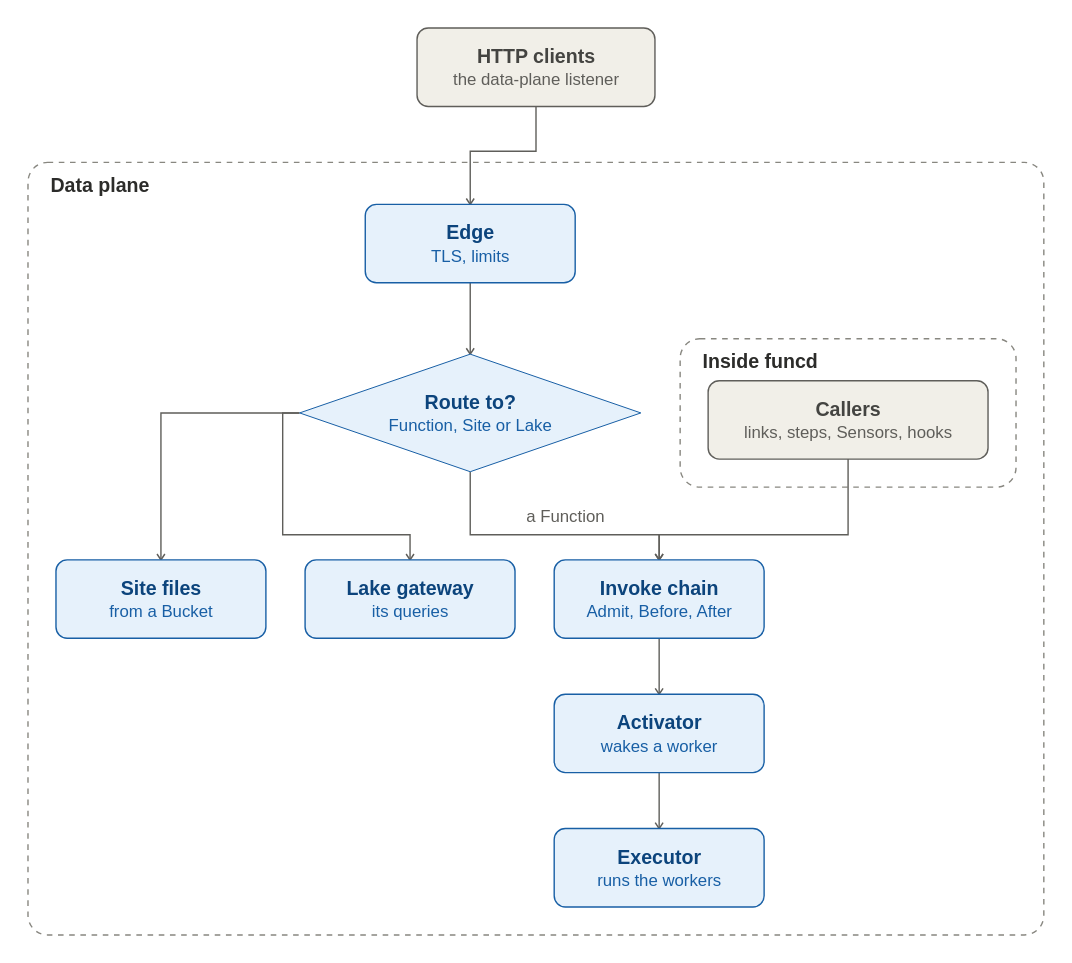
pyvvo/funcd keeps this draw.io diagram as docs/guide/assets/data-plane.drawio.svg. Above is the earlier version. Source tidied: cells renumbered, new cells last; positions are measured from the earlier drawing's top-left corner, leaving out a move shared by most shapes.
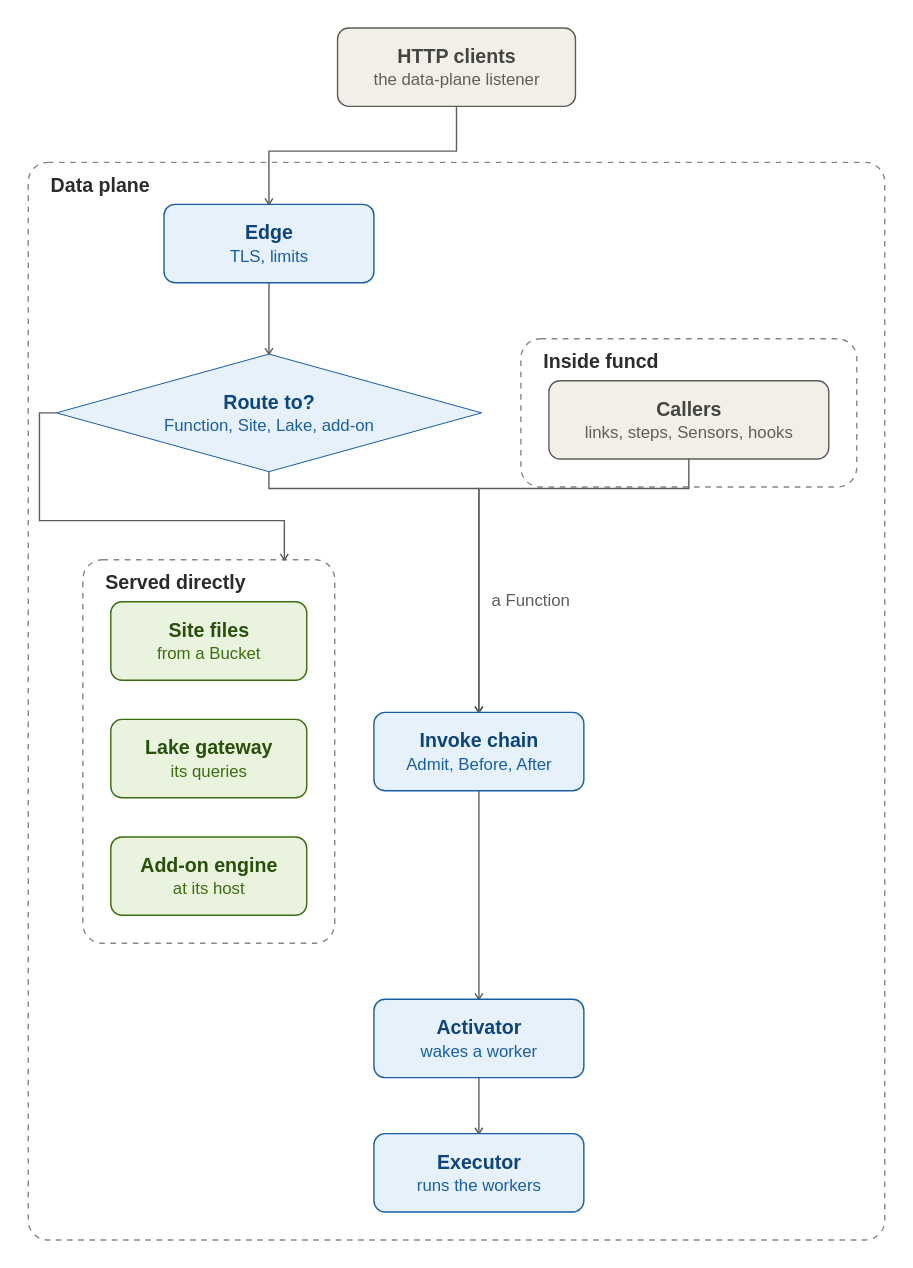
The same file after the commit.

Commit message:
docs(guide): the architecture pages show the add-on engines and the capture of every engine's output

What changed in the source:
```diff
@@ -3,43 +3,49 @@
     <mxCell id="0" />
     <mxCell id="1" parent="0" />
     <mxCell id="2" value="&lt;b&gt;HTTP clients&lt;/b&gt;&lt;br&gt;&lt;font style=&quot;font-size:12px&quot; color=&quot;#5F5E5A&quot;&gt;the data-plane listener&lt;/font&gt;" style="rounded=1;absoluteArcSize=1;arcSize=16;whiteSpace=wrap;html=1;fillColor=#F1EFE8;strokeColor=#5F5E5A;fontColor=#444441;fontSize=14;" parent="1" vertex="1">
-      <mxGeometry x="278" width="170" height="56" as="geometry" />
+      <mxGeometry x="221" width="170" height="56" as="geometry" />
     </mxCell>
     <mxCell id="3" value="Data plane" style="rounded=1;absoluteArcSize=1;arcSize=28;dashed=1;fillColor=none;strokeColor=#888780;fontStyle=1;fontSize=14;fontColor=#2C2C2A;align=left;verticalAlign=top;spacingLeft=10;spacingTop=2;html=1;" parent="1" vertex="1">
-      <mxGeometry y="96" width="725.9" height="552" as="geometry" />
+      <mxGeometry y="96" width="612" height="770" as="geometry" />
     </mxCell>
     <mxCell id="4" value="&lt;b&gt;Edge&lt;/b&gt;&lt;br&gt;&lt;font style=&quot;font-size:12px&quot; color=&quot;#185FA5&quot;&gt;TLS, limits&lt;/font&gt;" style="rounded=1;absoluteArcSize=1;arcSize=16;whiteSpace=wrap;html=1;fillColor=#E6F1FB;strokeColor=#185FA5;fontColor=#0C447C;fontSize=14;" parent="3" vertex="1">
-      <mxGeometry x="241" y="30" width="150" height="56" as="geometry" />
+      <mxGeometry x="97" y="30" width="150" height="56" as="geometry" />
     </mxCell>
-    <mxCell id="5" value="&lt;b&gt;Route to?&lt;/b&gt;&lt;br&gt;&lt;font style=&quot;font-size:12px&quot; color=&quot;#185FA5&quot;&gt;Function, Site or Lake&lt;/font&gt;" style="rhombus;whiteSpace=wrap;html=1;fillColor=#E6F1FB;strokeColor=#185FA5;fontColor=#0C447C;fontSize=14;" parent="3" vertex="1">
-      <mxGeometry x="194" y="137" width="244" height="84" as="geometry" />
+    <mxCell id="5" value="&lt;b&gt;Route to?&lt;/b&gt;&lt;br&gt;&lt;font style=&quot;font-size:12px&quot; color=&quot;#185FA5&quot;&gt;Function, Site, Lake, add-on&lt;/font&gt;" style="rhombus;whiteSpace=wrap;html=1;fillColor=#E6F1FB;strokeColor=#185FA5;fontColor=#0C447C;fontSize=14;" parent="3" vertex="1">
+      <mxGeometry x="20" y="137" width="304" height="84" as="geometry" />
     </mxCell>
     <mxCell id="6" value="Inside funcd" style="rounded=1;absoluteArcSize=1;arcSize=28;dashed=1;fillColor=none;strokeColor=#888780;fontStyle=1;fontSize=14;fontColor=#2C2C2A;align=left;verticalAlign=top;spacingLeft=10;spacingTop=2;html=1;" parent="3" vertex="1">
-      <mxGeometry x="466" y="126" width="240" height="106" as="geometry" />
+      <mxGeometry x="352" y="126" width="240" height="106" as="geometry" />
     </mxCell>
     <mxCell id="7" value="&lt;b&gt;Callers&lt;/b&gt;&lt;br&gt;&lt;font style=&quot;font-size:12px&quot; color=&quot;#5F5E5A&quot;&gt;links, steps, Sensors, hooks&lt;/font&gt;" style="rounded=1;absoluteArcSize=1;arcSize=16;whiteSpace=wrap;html=1;fillColor=#F1EFE8;strokeColor=#5F5E5A;fontColor=#444441;fontSize=14;" parent="6" vertex="1">
       <mxGeometry x="20" y="30" width="200" height="56" as="geometry" />
     </mxCell>
     <mxCell id="8" value="&lt;b&gt;Invoke chain&lt;/b&gt;&lt;br&gt;&lt;font style=&quot;font-size:12px&quot; color=&quot;#185FA5&quot;&gt;Admit, Before, After&lt;/font&gt;" style="rounded=1;absoluteArcSize=1;arcSize=16;whiteSpace=wrap;html=1;fillColor=#E6F1FB;strokeColor=#185FA5;fontColor=#0C447C;fontSize=14;" parent="3" vertex="1">
-      <mxGeometry x="376" y="284" width="150" height="56" as="geometry" />
+      <mxGeometry x="247" y="393" width="150" height="56" as="geometry" />
     </mxCell>
     <mxCell id="9" value="&lt;b&gt;Activator&lt;/b&gt;&lt;br&gt;&lt;font style=&quot;font-size:12px&quot; color=&quot;#185FA5&quot;&gt;wakes a worker&lt;/font&gt;" style="rounded=1;absoluteArcSize=1;arcSize=16;whiteSpace=wrap;html=1;fillColor=#E6F1FB;strokeColor=#185FA5;fontColor=#0C447C;fontSize=14;" parent="3" vertex="1">
-      <mxGeometry x="376" y="380" width="150" height="56" as="geometry" />
+      <mxGeometry x="247" y="598" width="150" height="56" as="geometry" />
     </mxCell>
     <mxCell id="10" value="&lt;b&gt;Executor&lt;/b&gt;&lt;br&gt;&lt;font style=&quot;font-size:12px&quot; color=&quot;#185FA5&quot;&gt;runs the workers&lt;/font&gt;" style="rounded=1;absoluteArcSize=1;arcSize=16;whiteSpace=wrap;html=1;fillColor=#E6F1FB;strokeColor=#185FA5;fontColor=#0C447C;fontSize=14;" parent="3" vertex="1">
-      <mxGeometry x="376" y="476" width="150" height="56" as="geometry" />
+      <mxGeometry x="247" y="694" width="150" height="56" as="geometry" />
     </mxCell>
-    <mxCell id="11" value="&lt;b&gt;Site files&lt;/b&gt;&lt;br&gt;&lt;font style=&quot;font-size:12px&quot; color=&quot;#185FA5&quot;&gt;from a Bucket&lt;/font&gt;" style="rounded=1;absoluteArcSize=1;arcSize=16;whiteSpace=wrap;html=1;fillColor=#E6F1FB;strokeColor=#185FA5;fontColor=#0C447C;fontSize=14;" parent="3" vertex="1">
-      <mxGeometry x="20" y="284" width="150" height="56" as="geometry" />
+    <mxCell id="11" value="Served directly" style="rounded=1;absoluteArcSize=1;arcSize=28;dashed=1;fillColor=none;strokeColor=#888780;fontStyle=1;fontSize=14;fontColor=#2C2C2A;align=left;verticalAlign=top;spacingLeft=10;spacingTop=2;html=1;" parent="3" vertex="1">
+      <mxGeometry x="39" y="284" width="180" height="274" as="geometry" />
     </mxCell>
-    <mxCell id="12" value="&lt;b&gt;Lake gateway&lt;/b&gt;&lt;br&gt;&lt;font style=&quot;font-size:12px&quot; color=&quot;#185FA5&quot;&gt;its queries&lt;/font&gt;" style="rounded=1;absoluteArcSize=1;arcSize=16;whiteSpace=wrap;html=1;fillColor=#E6F1FB;strokeColor=#185FA5;fontColor=#0C447C;fontSize=14;" parent="3" vertex="1">
-      <mxGeometry x="198" y="284" width="150" height="56" as="geometry" />
+    <mxCell id="12" value="&lt;b&gt;Site files&lt;/b&gt;&lt;br&gt;&lt;font style=&quot;font-size:12px&quot; color=&quot;#3B6D11&quot;&gt;from a Bucket&lt;/font&gt;" style="rounded=1;absoluteArcSize=1;arcSize=16;whiteSpace=wrap;html=1;fillColor=#EAF3DE;strokeColor=#3B6D11;fontColor=#27500A;fontSize=14;" parent="11" vertex="1">
+      <mxGeometry x="20" y="30" width="140" height="56" as="geometry" />
     </mxCell>
+    <mxCell id="21" value="&lt;b&gt;Lake gateway&lt;/b&gt;&lt;br&gt;&lt;font style=&quot;font-size:12px&quot; color=&quot;#3B6D11&quot;&gt;its queries&lt;/font&gt;" style="rounded=1;absoluteArcSize=1;arcSize=16;whiteSpace=wrap;html=1;fillColor=#EAF3DE;strokeColor=#3B6D11;fontColor=#27500A;fontSize=14;" parent="11" vertex="1">
+      <mxGeometry x="20" y="114" width="140" height="56" as="geometry" />
+    </mxCell>
+    <mxCell id="22" value="&lt;b&gt;Add-on engine&lt;/b&gt;&lt;br&gt;&lt;font style=&quot;font-size:12px&quot; color=&quot;#3B6D11&quot;&gt;at its host&lt;/font&gt;" style="rounded=1;absoluteArcSize=1;arcSize=16;whiteSpace=wrap;html=1;fillColor=#EAF3DE;strokeColor=#3B6D11;fontColor=#27500A;fontSize=14;" parent="11" vertex="1">
+      <mxGeometry x="20" y="198" width="140" height="56" as="geometry" />
+    </mxCell>
     <mxCell id="13" style="edgeStyle=orthogonalEdgeStyle;rounded=0;html=1;jettySize=auto;strokeColor=#5F5E5A;fontColor=#5F5E5A;fontSize=12;labelBackgroundColor=#FFFFFF;endSize=7;endArrow=open;endFill=0;exitX=0.5;exitY=1;exitDx=0;exitDy=0;exitPerimeter=0;entryX=0.5;entryY=0;entryDx=0;entryDy=0;entryPerimeter=0;" parent="1" edge="1" source="2" target="4">
       <mxGeometry relative="1" as="geometry">
         <Array as="points">
-          <mxPoint x="363" y="88" />
-          <mxPoint x="316" y="88" />
+          <mxPoint x="306" y="88" />
+          <mxPoint x="172" y="88" />
         </Array>
       </mxGeometry>
     </mxCell>
@@ -47,43 +53,36 @@
       <mxGeometry relative="1" as="geometry" />
     </mxCell>
     <mxCell id="15" value="a Function" style="edgeStyle=orthogonalEdgeStyle;rounded=0;html=1;jettySize=auto;strokeColor=#5F5E5A;fontColor=#5F5E5A;fontSize=12;labelBackgroundColor=#FFFFFF;endSize=7;endArrow=open;endFill=0;exitX=0.5;exitY=1;exitDx=0;exitDy=0;exitPerimeter=0;entryX=0.5;entryY=0;entryDx=0;entryDy=0;entryPerimeter=0;" parent="1" edge="1" source="5" target="8">
-      <mxGeometry x="0.14" relative="1" as="geometry">
+      <mxGeometry x="0.5" relative="1" as="geometry">
         <Array as="points">
-          <mxPoint x="316" y="362" />
-          <mxPoint x="451" y="362" />
+          <mxPoint x="172" y="329" />
+          <mxPoint x="322" y="329" />
         </Array>
-        <mxPoint y="-13" as="offset" />
+        <mxPoint x="37" as="offset" />
       </mxGeometry>
     </mxCell>
-    <mxCell id="16" style="edgeStyle=orthogonalEdgeStyle;rounded=0;html=1;jettySize=auto;strokeColor=#5F5E5A;fontColor=#5F5E5A;fontSize=12;labelBackgroundColor=#FFFFFF;endSize=7;endArrow=open;endFill=0;exitX=0;exitY=0.5;exitDx=0;exitDy=0;exitPerimeter=0;entryX=0.5;entryY=0;entryDx=0;entryDy=0;entryPerimeter=0;" parent="1" edge="1" source="5" target="11">
+    <mxCell id="16" style="edgeStyle=orthogonalEdgeStyle;rounded=0;html=1;jettySize=auto;strokeColor=#5F5E5A;fontColor=#5F5E5A;fontSize=12;labelBackgroundColor=#FFFFFF;endSize=7;endArrow=open;endFill=0;exitX=0;exitY=0.5;exitDx=0;exitDy=0;exitPerimeter=0;entryX=0.8;entryY=0;entryDx=0;entryDy=0;entryPerimeter=0;" parent="1" edge="1" source="5" target="11">
       <mxGeometry relative="1" as="geometry">
         <Array as="points">
-          <mxPoint x="95" y="275" />
+          <mxPoint x="8" y="275" />
+          <mxPoint x="8" y="352" />
+          <mxPoint x="183" y="352" />
         </Array>
       </mxGeometry>
     </mxCell>
-    <mxCell id="17" style="edgeStyle=orthogonalEdgeStyle;rounded=0;html=1;jettySize=auto;strokeColor=#5F5E5A;fontColor=#5F5E5A;fontSize=12;labelBackgroundColor=#FFFFFF;endSize=7;endArrow=open;endFill=0;exitX=0;exitY=0.5;exitDx=0;exitDy=0;exitPerimeter=0;entryX=0.5;entryY=0;entryDx=0;entryDy=0;entryPerimeter=0;" parent="1" edge="1" source="5" target="12">
+    <mxCell id="17" style="edgeStyle=orthogonalEdgeStyle;rounded=0;html=1;jettySize=auto;strokeColor=#5F5E5A;fontColor=#5F5E5A;fontSize=12;labelBackgroundColor=#FFFFFF;endSize=7;endArrow=open;endFill=0;exitX=0.5;exitY=1;exitDx=0;exitDy=0;exitPerimeter=0;entryX=0.5;entryY=0;entryDx=0;entryDy=0;entryPerimeter=0;" parent="1" edge="1" source="7" target="8">
       <mxGeometry relative="1" as="geometry">
         <Array as="points">
-          <mxPoint x="182" y="275" />
-          <mxPoint x="182" y="362" />
-          <mxPoint x="273" y="362" />
+          <mxPoint x="472" y="329" />
+          <mxPoint x="322" y="329" />
         </Array>
       </mxGeometry>
     </mxCell>
-    <mxCell id="18" style="edgeStyle=orthogonalEdgeStyle;rounded=0;html=1;jettySize=auto;strokeColor=#5F5E5A;fontColor=#5F5E5A;fontSize=12;labelBackgroundColor=#FFFFFF;endSize=7;endArrow=open;endFill=0;exitX=0.5;exitY=1;exitDx=0;exitDy=0;exitPerimeter=0;entryX=0.5;entryY=0;entryDx=0;entryDy=0;entryPerimeter=0;" parent="1" edge="1" source="7" target="8">
-      <mxGeometry relative="1" as="geometry">
-        <Array as="points">
-          <mxPoint x="586" y="362" />
-          <mxPoint x="451" y="362" />
-        </Array>
-      </mxGeometry>
+    <mxCell id="18" style="edgeStyle=orthogonalEdgeStyle;rounded=0;html=1;jettySize=auto;strokeColor=#5F5E5A;fontColor=#5F5E5A;fontSize=12;labelBackgroundColor=#FFFFFF;endSize=7;endArrow=open;endFill=0;exitX=0.5;exitY=1;exitDx=0;exitDy=0;exitPerimeter=0;entryX=0.5;entryY=0;entryDx=0;entryDy=0;entryPerimeter=0;" parent="1" edge="1" source="8" target="9">
+      <mxGeometry relative="1" as="geometry" />
     </mxCell>
-    <mxCell id="19" style="edgeStyle=orthogonalEdgeStyle;rounded=0;html=1;jettySize=auto;strokeColor=#5F5E5A;fontColor=#5F5E5A;fontSize=12;labelBackgroundColor=#FFFFFF;endSize=7;endArrow=open;endFill=0;exitX=0.5;exitY=1;exitDx=0;exitDy=0;exitPerimeter=0;entryX=0.5;entryY=0;entryDx=0;entryDy=0;entryPerimeter=0;" parent="1" edge="1" source="8" target="9">
+    <mxCell id="19" style="edgeStyle=orthogonalEdgeStyle;rounded=0;html=1;jettySize=auto;strokeColor=#5F5E5A;fontColor=#5F5E5A;fontSize=12;labelBackgroundColor=#FFFFFF;endSize=7;endArrow=open;endFill=0;exitX=0.5;exitY=1;exitDx=0;exitDy=0;exitPerimeter=0;entryX=0.5;entryY=0;entryDx=0;entryDy=0;entryPerimeter=0;" parent="1" edge="1" source="9" target="10">
       <mxGeometry relative="1" as="geometry" />
     </mxCell>
-    <mxCell id="20" style="edgeStyle=orthogonalEdgeStyle;rounded=0;html=1;jettySize=auto;strokeColor=#5F5E5A;fontColor=#5F5E5A;fontSize=12;labelBackgroundColor=#FFFFFF;endSize=7;endArrow=open;endFill=0;exitX=0.5;exitY=1;exitDx=0;exitDy=0;exitPerimeter=0;entryX=0.5;entryY=0;entryDx=0;entryDy=0;entryPerimeter=0;" parent="1" edge="1" source="9" target="10">
-      <mxGeometry relative="1" as="geometry" />
-    </mxCell>
   </root>
 </mxGraphModel>
```
